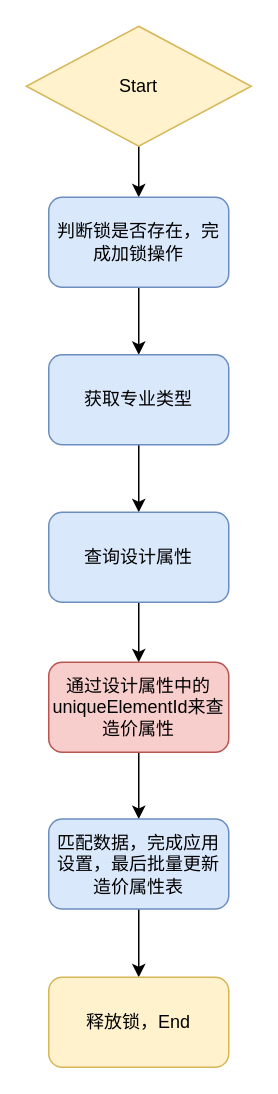
Above: draw.io/安装信息应用设置流程图.drawio in KeatonLi/pictures (draw.io), before the change. Source tidied: cells renumbered, new cells numbered last; positions are measured from the earlier drawing's top-left corner, leaving out a move shared by most shapes. Both pictures are drawn from the tidied source at 150%, with x=0, y=0 at pixel (26, 26).
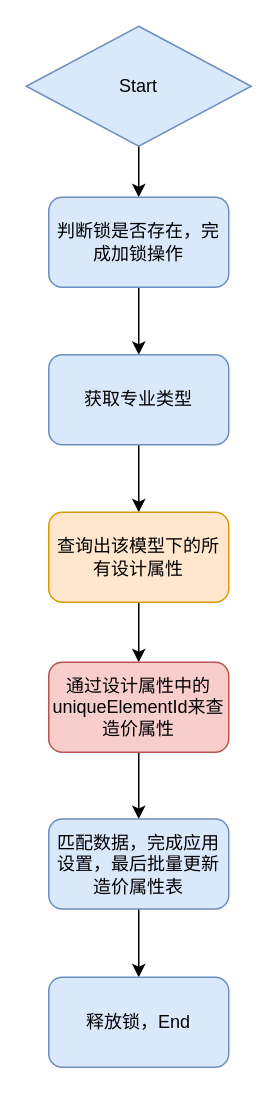
The same page after the edit.

Commit message (it also covers changes not shown here):
更新安装信息应用设置流程图.drawio

What changed in the source:
```diff
@@
 <mxGraphModel>
   <root>
     <mxCell id="0" />
     <mxCell id="1" parent="0" />
     <mxCell id="2" style="edgeStyle=orthogonalEdgeStyle;rounded=0;jettySize=auto;html=1;entryX=0.5;entryY=0;entryDx=0;entryDy=0;" parent="1" edge="1" source="3" target="5">
       <mxGeometry relative="1" as="geometry" />
     </mxCell>
-    <mxCell id="3" value="Start" style="rhombus;whiteSpace=wrap;html=1;fillColor=#fff2cc;strokeColor=#d6b656;" parent="1" vertex="1">
+    <mxCell id="3" value="Start" style="rhombus;whiteSpace=wrap;html=1;fillColor=#dae8fc;strokeColor=#6c8ebf;" parent="1" vertex="1">
       <mxGeometry width="150" height="80" as="geometry" />
     </mxCell>
     <mxCell id="4" style="edgeStyle=orthogonalEdgeStyle;rounded=0;jettySize=auto;html=1;entryX=0.5;entryY=0;entryDx=0;entryDy=0;" parent="1" edge="1" source="5" target="7">
       <mxGeometry relative="1" as="geometry" />
     </mxCell>
     <mxCell id="5" value="判断锁是否存在，完成加锁操作" style="rounded=1;whiteSpace=wrap;html=1;fillColor=#dae8fc;strokeColor=#6c8ebf;" parent="1" vertex="1">
       <mxGeometry x="15" y="114" width="120" height="60" as="geometry" />
     </mxCell>
     <mxCell id="6" style="edgeStyle=orthogonalEdgeStyle;rounded=0;jettySize=auto;html=1;entryX=0.5;entryY=0;entryDx=0;entryDy=0;" parent="1" edge="1" source="7" target="9">
       <mxGeometry relative="1" as="geometry" />
     </mxCell>
     <mxCell id="7" value="获取专业类型" style="rounded=1;whiteSpace=wrap;html=1;fillColor=#dae8fc;strokeColor=#6c8ebf;" parent="1" vertex="1">
       <mxGeometry x="15" y="219" width="120" height="60" as="geometry" />
     </mxCell>
     <mxCell id="8" style="edgeStyle=orthogonalEdgeStyle;rounded=0;jettySize=auto;html=1;entryX=0.5;entryY=0;entryDx=0;entryDy=0;" parent="1" edge="1" source="9" target="11">
       <mxGeometry relative="1" as="geometry" />
     </mxCell>
-    <mxCell id="9" value="查询设计属性" style="rounded=1;whiteSpace=wrap;html=1;fillColor=#dae8fc;strokeColor=#6c8ebf;" parent="1" vertex="1">
+    <mxCell id="9" value="查询出该模型下的所有设计属性" style="rounded=1;whiteSpace=wrap;html=1;fillColor=#ffe6cc;strokeColor=#d79b00;" parent="1" vertex="1">
       <mxGeometry x="15" y="324" width="120" height="60" as="geometry" />
     </mxCell>
     <mxCell id="10" style="edgeStyle=orthogonalEdgeStyle;rounded=0;jettySize=auto;html=1;entryX=0.5;entryY=0;entryDx=0;entryDy=0;" parent="1" edge="1" source="11" target="13">
       <mxGeometry relative="1" as="geometry" />
     </mxCell>
     <mxCell id="11" value="通过设计属性中的uniqueElementId来查造价属性" style="rounded=1;whiteSpace=wrap;html=1;fillColor=#f8cecc;strokeColor=#b85450;" parent="1" vertex="1">
       <mxGeometry x="15" y="424" width="120" height="60" as="geometry" />
     </mxCell>
     <mxCell id="12" style="edgeStyle=orthogonalEdgeStyle;rounded=0;jettySize=auto;html=1;entryX=0.5;entryY=0;entryDx=0;entryDy=0;" parent="1" edge="1" source="13" target="14">
       <mxGeometry relative="1" as="geometry" />
     </mxCell>
     <mxCell id="13" value="匹配数据，完成应用设置，最后批量更新造价属性表" style="rounded=1;whiteSpace=wrap;html=1;fillColor=#dae8fc;strokeColor=#6c8ebf;" parent="1" vertex="1">
       <mxGeometry x="15" y="528.5" width="120" height="60" as="geometry" />
     </mxCell>
-    <mxCell id="14" value="释放锁，End" style="rounded=1;whiteSpace=wrap;html=1;fillColor=#fff2cc;strokeColor=#d6b656;" parent="1" vertex="1">
+    <mxCell id="14" value="释放锁，End" style="rounded=1;whiteSpace=wrap;html=1;fillColor=#dae8fc;strokeColor=#6c8ebf;" parent="1" vertex="1">
       <mxGeometry x="15" y="634" width="120" height="60" as="geometry" />
     </mxCell>
   </root>
 </mxGraphModel>
```
